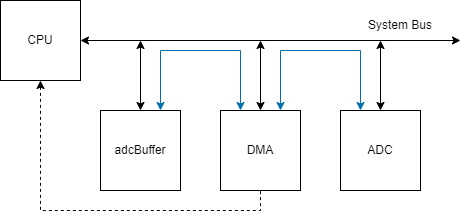
Shimizip/Intelligent-Magic-Audio keeps this draw.io diagram as doc/tex/images/08_durchfuehrung/interface/DMA_ADC_MEM.drawio.png. Above is the earlier version. Source tidied: cells renumbered, new cells last; positions are measured from the earlier drawing's top-left corner, leaving out a move shared by most shapes. The source it was exported from:
```xml
<mxGraphModel>
  <root>
    <mxCell id="0" />
    <mxCell id="1" parent="0" />
    <mxCell id="2" value="CPU" style="whiteSpace=wrap;html=1;" parent="1" vertex="1">
      <mxGeometry width="80" height="80" as="geometry" />
    </mxCell>
    <mxCell id="3" style="endArrow=classic;startArrow=classic;html=1;rounded=0;exitX=1;exitY=0.5;exitDx=0;exitDy=0;" parent="1" edge="1" source="2">
      <mxGeometry relative="1" as="geometry">
        <mxPoint x="460" y="40" as="targetPoint" />
      </mxGeometry>
    </mxCell>
    <mxCell id="4" value="ADC" style="whiteSpace=wrap;html=1;" parent="1" vertex="1">
      <mxGeometry x="340" y="110" width="80" height="80" as="geometry" />
    </mxCell>
    <mxCell id="5" value="DMA" style="whiteSpace=wrap;html=1;" parent="1" vertex="1">
      <mxGeometry x="220" y="110" width="80" height="80" as="geometry" />
    </mxCell>
    <mxCell id="6" value="adcBuffer" style="whiteSpace=wrap;html=1;" parent="1" vertex="1">
      <mxGeometry x="100" y="110" width="80" height="80" as="geometry" />
    </mxCell>
    <mxCell id="7" style="endArrow=classic;startArrow=classic;html=1;rounded=0;exitX=0.5;exitY=0;exitDx=0;exitDy=0;" parent="1" edge="1" source="6">
      <mxGeometry relative="1" as="geometry">
        <mxPoint x="140" y="40" as="targetPoint" />
      </mxGeometry>
    </mxCell>
    <mxCell id="8" style="endArrow=classic;startArrow=classic;html=1;rounded=0;exitX=0.5;exitY=0;exitDx=0;exitDy=0;" parent="1" edge="1" source="5">
      <mxGeometry relative="1" as="geometry">
        <mxPoint x="260" y="40" as="targetPoint" />
      </mxGeometry>
    </mxCell>
    <mxCell id="9" style="endArrow=classic;startArrow=classic;html=1;rounded=0;exitX=0.5;exitY=0;exitDx=0;exitDy=0;" parent="1" edge="1" source="4">
      <mxGeometry relative="1" as="geometry">
        <mxPoint x="380" y="40" as="targetPoint" />
      </mxGeometry>
    </mxCell>
    <mxCell id="10" style="endArrow=classic;startArrow=classic;html=1;rounded=0;exitX=0.75;exitY=0;exitDx=0;exitDy=0;entryX=0.25;entryY=0;entryDx=0;entryDy=0;fillColor=#1ba1e2;strokeColor=#006EAF;" parent="1" edge="1" source="6" target="5">
      <mxGeometry relative="1" as="geometry">
        <Array as="points">
          <mxPoint x="160" y="50" />
          <mxPoint x="240" y="50" />
        </Array>
      </mxGeometry>
    </mxCell>
    <mxCell id="11" style="endArrow=classic;startArrow=classic;html=1;rounded=0;exitX=0.75;exitY=0;exitDx=0;exitDy=0;entryX=0.25;entryY=0;entryDx=0;entryDy=0;fillColor=#1ba1e2;strokeColor=#006EAF;" parent="1" edge="1">
      <mxGeometry relative="1" as="geometry">
        <mxPoint x="280" y="110" as="sourcePoint" />
        <mxPoint x="360" y="110" as="targetPoint" />
        <Array as="points">
          <mxPoint x="280" y="50" />
          <mxPoint x="360" y="50" />
        </Array>
      </mxGeometry>
    </mxCell>
    <mxCell id="12" style="endArrow=none;dashed=1;html=1;rounded=0;entryX=0.5;entryY=1;entryDx=0;entryDy=0;exitX=0.5;exitY=1;exitDx=0;exitDy=0;startArrow=classic;startFill=1;" parent="1" edge="1" source="2" target="5">
      <mxGeometry relative="1" as="geometry">
        <Array as="points">
          <mxPoint x="40" y="210" />
          <mxPoint x="260" y="210" />
        </Array>
      </mxGeometry>
    </mxCell>
    <mxCell id="13" value="System Bus" style="text;html=1;align=center;verticalAlign=middle;whiteSpace=wrap;rounded=0;" parent="1" vertex="1">
      <mxGeometry x="360" y="10" width="80" height="30" as="geometry" />
    </mxCell>
  </root>
</mxGraphModel>
```
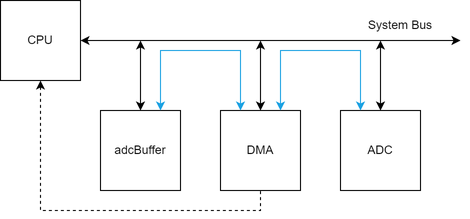
Later version of the same file.

Diff of the diagram source:
```diff
@@ -34,7 +34,7 @@
         <mxPoint x="380" y="40" as="targetPoint" />
       </mxGeometry>
     </mxCell>
-    <mxCell id="10" style="endArrow=classic;startArrow=classic;html=1;rounded=0;exitX=0.75;exitY=0;exitDx=0;exitDy=0;entryX=0.25;entryY=0;entryDx=0;entryDy=0;fillColor=#1ba1e2;strokeColor=#006EAF;" parent="1" edge="1" source="6" target="5">
+    <mxCell id="10" style="endArrow=classic;startArrow=classic;html=1;rounded=0;exitX=0.75;exitY=0;exitDx=0;exitDy=0;entryX=0.25;entryY=0;entryDx=0;entryDy=0;fillColor=#1ba1e2;strokeColor=#1BA1E2;" parent="1" edge="1" source="6" target="5">
       <mxGeometry relative="1" as="geometry">
         <Array as="points">
           <mxPoint x="160" y="50" />
@@ -42,7 +42,7 @@
         </Array>
       </mxGeometry>
     </mxCell>
-    <mxCell id="11" style="endArrow=classic;startArrow=classic;html=1;rounded=0;exitX=0.75;exitY=0;exitDx=0;exitDy=0;entryX=0.25;entryY=0;entryDx=0;entryDy=0;fillColor=#1ba1e2;strokeColor=#006EAF;" parent="1" edge="1">
+    <mxCell id="11" style="endArrow=classic;startArrow=classic;html=1;rounded=0;exitX=0.75;exitY=0;exitDx=0;exitDy=0;entryX=0.25;entryY=0;entryDx=0;entryDy=0;fillColor=#1ba1e2;strokeColor=#1BA1E2;" parent="1" edge="1">
       <mxGeometry relative="1" as="geometry">
         <mxPoint x="280" y="110" as="sourcePoint" />
         <mxPoint x="360" y="110" as="targetPoint" />
```
